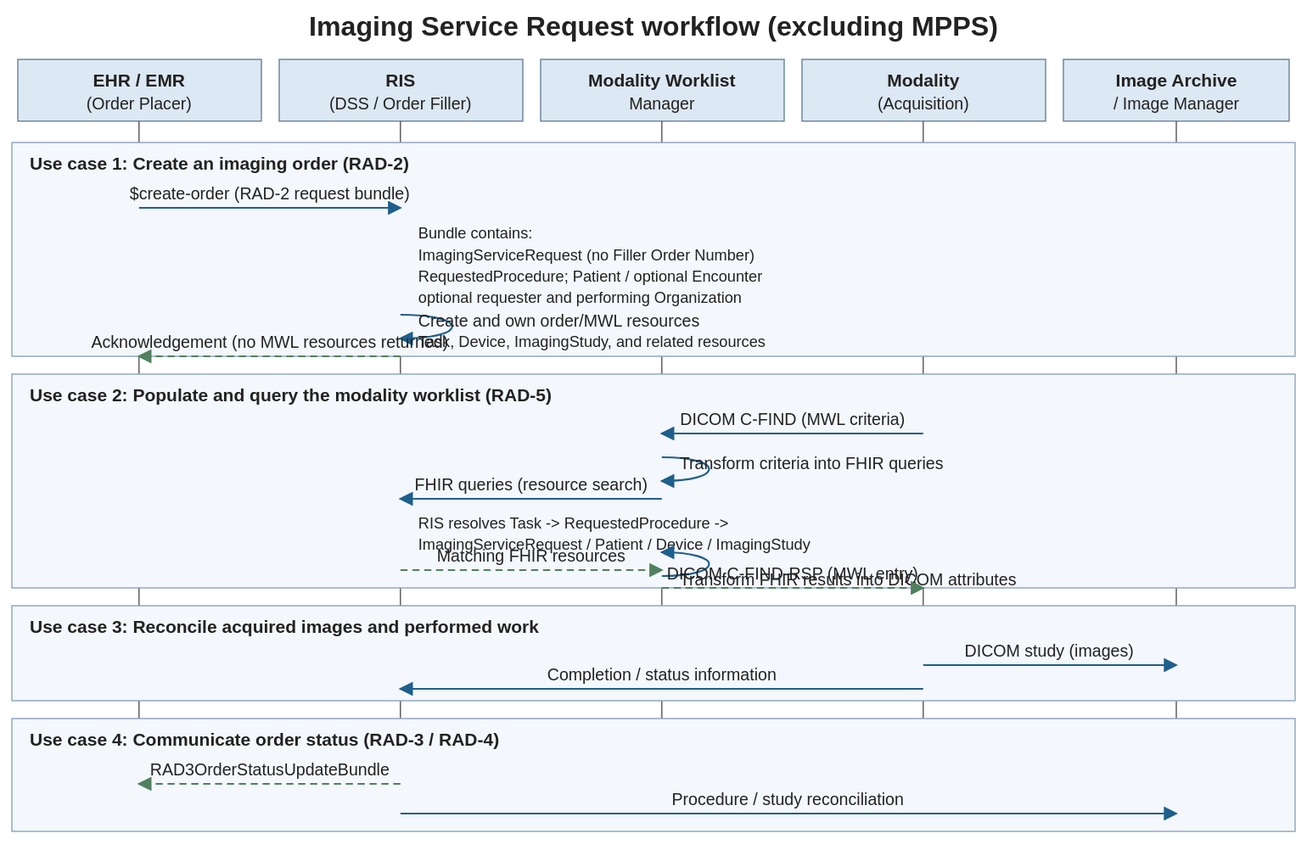
Earlier version of the PlantUML export input/images/imaging_service_request_workflow.svg (HL7/imaging-service-request-ig). Its source is kept beside it as input/images-source/imaging_service_request_workflow.plantuml.
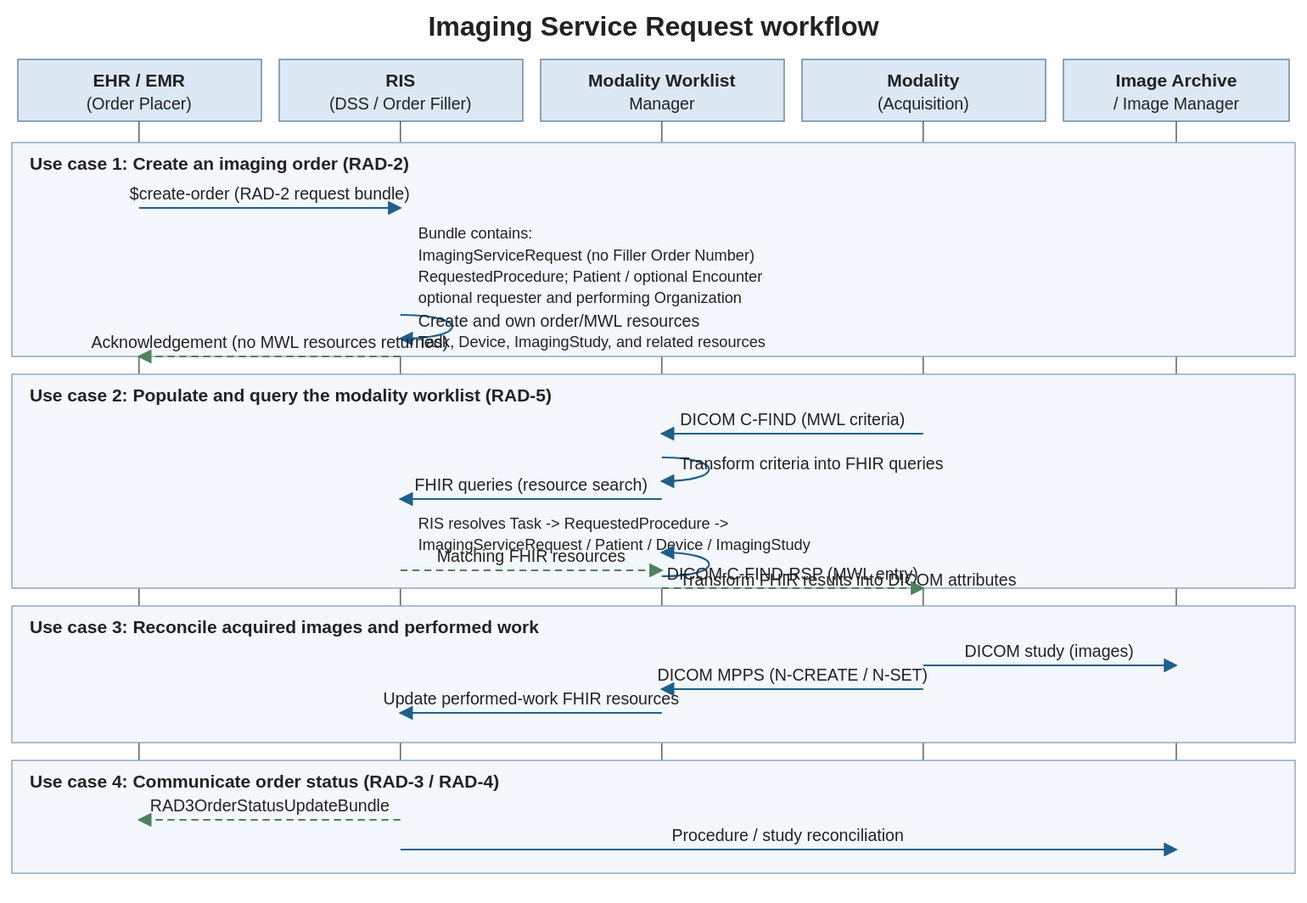
After the commit.

The edit, as a diff of the source:
```diff
@@ -1,5 +1,5 @@
 @startuml imaging_service_request_workflow
-title Imaging Service Request workflow (excluding MPPS)
+title Imaging Service Request workflow
 
 autonumber
 
@@ -47,8 +47,8 @@
 
 group Use case 3: Reconcile acquired images and performed work
   modality -> archive: DICOM study\n(images)
-  modality -> ris: Completion / status information\n(DICOM or local integration)
-  ris -> ris: Record performed work\n(optional Procedure) and update ImagingStudy
+  modality -> mwl: DICOM MPPS messages\n(N-CREATE / N-SET)
+  mwl -> ris: Update performed-work FHIR resources\n(ImagingStudy, Procedure, performed-procedure-step)
 end
 
 group Use case 4: Communicate order status (RAD-3 / RAD-4)
```
